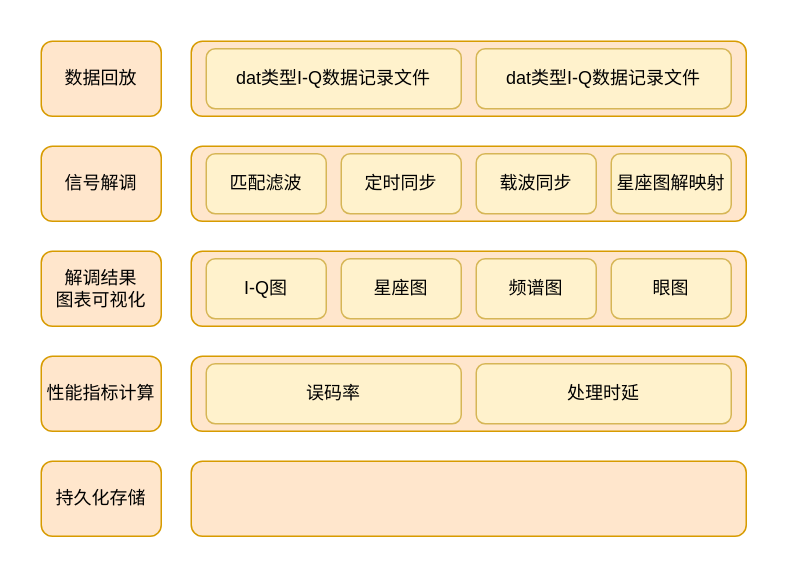
Earlier version of the draw.io diagram img/未命名绘图.drawio (Thesis7/satellite-burst-signal-demodulation-system-lab). Source tidied: cells renumbered, new cells numbered last; positions are measured from the earlier drawing's top-left corner, leaving out a move shared by most shapes. Both pictures are drawn from the tidied source at 150%, with x=0, y=0 at pixel (40, 40).
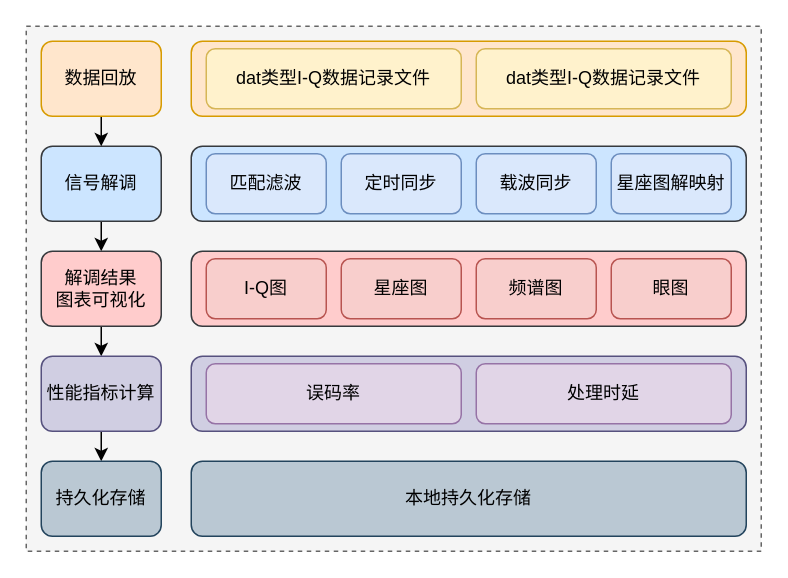
Above is the later version.

The change refers to these unchanged cells:
```xml
<mxCell id="18" value="数据回放" style="rounded=1;whiteSpace=wrap;html=1;fillColor=#ffe6cc;strokeColor=#d79b00;" parent="1" vertex="1">
  <mxGeometry width="80" height="50" as="geometry" />
</mxCell>
```

Change to the diagram source:
```diff
@@
+    <mxCell id="24" style="rounded=0;whiteSpace=wrap;html=1;fillColor=#f5f5f5;fontColor=#333333;strokeColor=#666666;dashed=1;" parent="1" vertex="1">
+      <mxGeometry x="-10" y="-10" width="490" height="350" as="geometry" />
+    </mxCell>
-    <mxCell id="2" style="rounded=1;whiteSpace=wrap;html=1;fillColor=#ffe6cc;strokeColor=#d79b00;" parent="1" vertex="1">
+    <mxCell id="2" style="rounded=1;whiteSpace=wrap;html=1;fillColor=#d0cee2;strokeColor=#56517e;" parent="1" vertex="1">
       <mxGeometry x="100" y="210" width="370" height="50" as="geometry" />
     </mxCell>
-    <mxCell id="3" style="rounded=1;whiteSpace=wrap;html=1;fillColor=#ffe6cc;strokeColor=#d79b00;" parent="1" vertex="1">
+    <mxCell id="3" style="rounded=1;whiteSpace=wrap;html=1;fillColor=#ffcccc;strokeColor=#36393d;" parent="1" vertex="1">
       <mxGeometry x="100" y="140" width="370" height="50" as="geometry" />
     </mxCell>
-    <mxCell id="4" style="rounded=1;whiteSpace=wrap;html=1;fillColor=#ffe6cc;strokeColor=#d79b00;" parent="1" vertex="1">
+    <mxCell id="4" style="rounded=1;whiteSpace=wrap;html=1;fillColor=#cce5ff;strokeColor=#36393d;" parent="1" vertex="1">
       <mxGeometry x="100" y="70" width="370" height="50" as="geometry" />
     </mxCell>
@@
-    <mxCell id="6" value="匹配滤波" style="rounded=1;whiteSpace=wrap;html=1;fillColor=#fff2cc;strokeColor=#d6b656;" parent="1" vertex="1">
+    <mxCell id="6" value="匹配滤波" style="rounded=1;whiteSpace=wrap;html=1;fillColor=#dae8fc;strokeColor=#6c8ebf;" parent="1" vertex="1">
       <mxGeometry x="110" y="75" width="80" height="40" as="geometry" />
     </mxCell>
-    <mxCell id="7" value="定时同步" style="rounded=1;whiteSpace=wrap;html=1;fillColor=#fff2cc;strokeColor=#d6b656;" parent="1" vertex="1">
+    <mxCell id="7" value="定时同步" style="rounded=1;whiteSpace=wrap;html=1;fillColor=#dae8fc;strokeColor=#6c8ebf;" parent="1" vertex="1">
       <mxGeometry x="200" y="75" width="80" height="40" as="geometry" />
     </mxCell>
-    <mxCell id="8" value="载波同步" style="rounded=1;whiteSpace=wrap;html=1;fillColor=#fff2cc;strokeColor=#d6b656;" parent="1" vertex="1">
+    <mxCell id="8" value="载波同步" style="rounded=1;whiteSpace=wrap;html=1;fillColor=#dae8fc;strokeColor=#6c8ebf;" parent="1" vertex="1">
       <mxGeometry x="290" y="75" width="80" height="40" as="geometry" />
     </mxCell>
-    <mxCell id="9" value="星座图解映射" style="rounded=1;whiteSpace=wrap;html=1;fillColor=#fff2cc;strokeColor=#d6b656;" parent="1" vertex="1">
+    <mxCell id="9" value="星座图解映射" style="rounded=1;whiteSpace=wrap;html=1;fillColor=#dae8fc;strokeColor=#6c8ebf;" parent="1" vertex="1">
       <mxGeometry x="380" y="75" width="80" height="40" as="geometry" />
     </mxCell>
@@
-    <mxCell id="11" value="I-Q图" style="rounded=1;whiteSpace=wrap;html=1;fillColor=#fff2cc;strokeColor=#d6b656;" parent="1" vertex="1">
+    <mxCell id="11" value="I-Q图" style="rounded=1;whiteSpace=wrap;html=1;fillColor=#f8cecc;strokeColor=#b85450;" parent="1" vertex="1">
       <mxGeometry x="110" y="145" width="80" height="40" as="geometry" />
     </mxCell>
-    <mxCell id="12" value="星座图" style="rounded=1;whiteSpace=wrap;html=1;fillColor=#fff2cc;strokeColor=#d6b656;" parent="1" vertex="1">
+    <mxCell id="12" value="星座图" style="rounded=1;whiteSpace=wrap;html=1;fillColor=#f8cecc;strokeColor=#b85450;" parent="1" vertex="1">
       <mxGeometry x="200" y="145" width="80" height="40" as="geometry" />
     </mxCell>
-    <mxCell id="13" value="频谱图" style="rounded=1;whiteSpace=wrap;html=1;fillColor=#fff2cc;strokeColor=#d6b656;" parent="1" vertex="1">
+    <mxCell id="13" value="频谱图" style="rounded=1;whiteSpace=wrap;html=1;fillColor=#f8cecc;strokeColor=#b85450;" parent="1" vertex="1">
       <mxGeometry x="290" y="145" width="80" height="40" as="geometry" />
     </mxCell>
-    <mxCell id="14" value="眼图" style="rounded=1;whiteSpace=wrap;html=1;fillColor=#fff2cc;strokeColor=#d6b656;" parent="1" vertex="1">
+    <mxCell id="14" value="眼图" style="rounded=1;whiteSpace=wrap;html=1;fillColor=#f8cecc;strokeColor=#b85450;" parent="1" vertex="1">
       <mxGeometry x="380" y="145" width="80" height="40" as="geometry" />
     </mxCell>
+    <mxCell id="25" style="edgeStyle=orthogonalEdgeStyle;rounded=0;jettySize=auto;html=1;exitX=0.5;exitY=1;exitDx=0;exitDy=0;entryX=0.5;entryY=0;entryDx=0;entryDy=0;" parent="1" edge="1" source="15" target="16">
+      <mxGeometry relative="1" as="geometry" />
+    </mxCell>
-    <mxCell id="15" value="信号解调" style="rounded=1;whiteSpace=wrap;html=1;fillColor=#ffe6cc;strokeColor=#d79b00;" parent="1" vertex="1">
+    <mxCell id="15" value="信号解调" style="rounded=1;whiteSpace=wrap;html=1;fillColor=#cce5ff;strokeColor=#36393d;" parent="1" vertex="1">
       <mxGeometry y="70" width="80" height="50" as="geometry" />
     </mxCell>
+    <mxCell id="26" style="edgeStyle=orthogonalEdgeStyle;rounded=0;jettySize=auto;html=1;exitX=0.5;exitY=1;exitDx=0;exitDy=0;entryX=0.5;entryY=0;entryDx=0;entryDy=0;" parent="1" edge="1" source="16" target="17">
+      <mxGeometry relative="1" as="geometry" />
+    </mxCell>
-    <mxCell id="16" value="解调结果&lt;div&gt;图表可视化&lt;/div&gt;" style="rounded=1;whiteSpace=wrap;html=1;fillColor=#ffe6cc;strokeColor=#d79b00;" parent="1" vertex="1">
+    <mxCell id="16" value="解调结果&lt;div&gt;图表可视化&lt;/div&gt;" style="rounded=1;whiteSpace=wrap;html=1;fillColor=#ffcccc;strokeColor=#36393d;" parent="1" vertex="1">
       <mxGeometry y="140" width="80" height="50" as="geometry" />
     </mxCell>
+    <mxCell id="27" style="edgeStyle=orthogonalEdgeStyle;rounded=0;jettySize=auto;html=1;exitX=0.5;exitY=1;exitDx=0;exitDy=0;entryX=0.5;entryY=0;entryDx=0;entryDy=0;" parent="1" edge="1" source="17" target="23">
+      <mxGeometry relative="1" as="geometry" />
+    </mxCell>
-    <mxCell id="17" value="性能指标计算" style="rounded=1;whiteSpace=wrap;html=1;fillColor=#ffe6cc;strokeColor=#d79b00;" parent="1" vertex="1">
+    <mxCell id="17" value="性能指标计算" style="rounded=1;whiteSpace=wrap;html=1;fillColor=#d0cee2;strokeColor=#56517e;" parent="1" vertex="1">
       <mxGeometry y="210" width="80" height="50" as="geometry" />
     </mxCell>
+    <mxCell id="28" style="edgeStyle=orthogonalEdgeStyle;rounded=0;jettySize=auto;html=1;exitX=0.5;exitY=1;exitDx=0;exitDy=0;entryX=0.5;entryY=0;entryDx=0;entryDy=0;" parent="1" edge="1" source="18" target="15">
+      <mxGeometry relative="1" as="geometry" />
+    </mxCell>
@@
-    <mxCell id="20" value="误码率" style="rounded=1;whiteSpace=wrap;html=1;fillColor=#fff2cc;strokeColor=#d6b656;" parent="1" vertex="1">
+    <mxCell id="20" value="误码率" style="rounded=1;whiteSpace=wrap;html=1;fillColor=#e1d5e7;strokeColor=#9673a6;" parent="1" vertex="1">
       <mxGeometry x="110" y="215" width="170" height="40" as="geometry" />
     </mxCell>
-    <mxCell id="21" value="处理时延" style="rounded=1;whiteSpace=wrap;html=1;fillColor=#fff2cc;strokeColor=#d6b656;" parent="1" vertex="1">
+    <mxCell id="21" value="处理时延" style="rounded=1;whiteSpace=wrap;html=1;fillColor=#e1d5e7;strokeColor=#9673a6;" parent="1" vertex="1">
       <mxGeometry x="290" y="215" width="170" height="40" as="geometry" />
     </mxCell>
-    <mxCell id="22" style="rounded=1;whiteSpace=wrap;html=1;fillColor=#ffe6cc;strokeColor=#d79b00;" parent="1" vertex="1">
+    <mxCell id="22" value="本地持久化存储" style="rounded=1;whiteSpace=wrap;html=1;fillColor=#bac8d3;strokeColor=#23445d;" parent="1" vertex="1">
       <mxGeometry x="100" y="280" width="370" height="50" as="geometry" />
     </mxCell>
-    <mxCell id="23" value="持久化存储" style="rounded=1;whiteSpace=wrap;html=1;fillColor=#ffe6cc;strokeColor=#d79b00;" parent="1" vertex="1">
+    <mxCell id="23" value="持久化存储" style="rounded=1;whiteSpace=wrap;html=1;fillColor=#bac8d3;strokeColor=#23445d;" parent="1" vertex="1">
       <mxGeometry y="280" width="80" height="50" as="geometry" />
     </mxCell>
```
